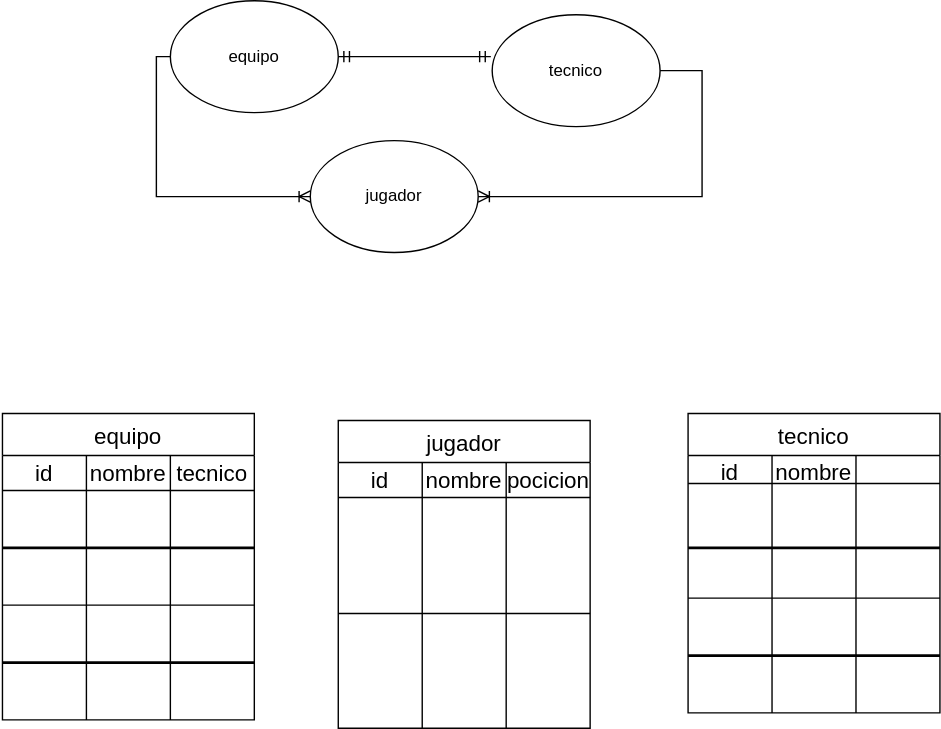
luistorresco/baseDatos1 keeps this draw.io diagram as Diagrama sin título.drawio.svg. Above is the earlier version. Source tidied: cells renumbered, new cells last; positions are measured from the earlier drawing's top-left corner, leaving out a move shared by most shapes.
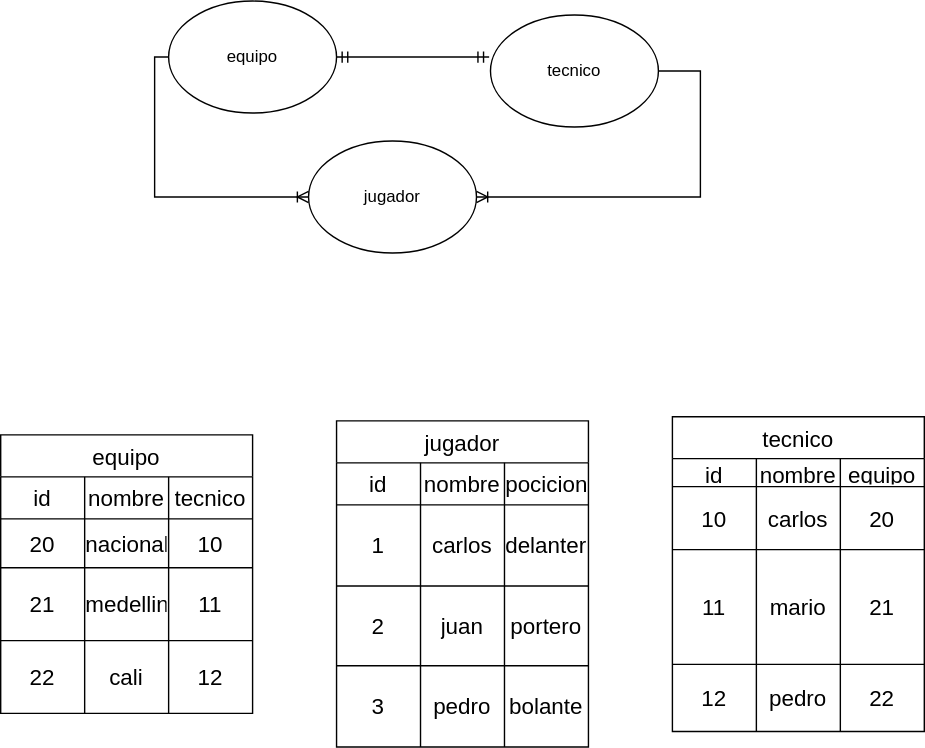
Later version of the same file.

Change to the diagram source:
```diff
@@ -23,85 +23,109 @@
       <mxGeometry relative="1" as="geometry" />
     </mxCell>
     <mxCell id="8" value="equipo" style="shape=table;startSize=30;strokeColor=default;fontSize=16;" parent="1" vertex="1">
-      <mxGeometry y="295" width="180" height="219" as="geometry" />
+      <mxGeometry y="310" width="180" height="199" as="geometry" />
     </mxCell>
     <mxCell id="9" style="shape=tableRow;horizontal=0;startSize=0;swimlaneHead=0;swimlaneBody=0;strokeColor=inherit;top=0;left=0;bottom=0;right=0;fillColor=none;fontSize=16;" parent="8" vertex="1">
-      <mxGeometry y="30" width="180" height="25" as="geometry" />
+      <mxGeometry y="30" width="180" height="30" as="geometry" />
     </mxCell>
     <mxCell id="10" value="id" style="shape=partialRectangle;html=1;whiteSpace=wrap;strokeColor=inherit;overflow=hidden;fillColor=none;top=0;left=0;bottom=0;right=0;fontSize=16;" parent="9" vertex="1">
-      <mxGeometry width="60" height="25" as="geometry" />
+      <mxGeometry width="60" height="30" as="geometry" />
     </mxCell>
     <mxCell id="11" value="nombre" style="shape=partialRectangle;html=1;whiteSpace=wrap;strokeColor=inherit;overflow=hidden;fillColor=none;top=0;left=0;bottom=0;right=0;fontSize=16;" parent="9" vertex="1">
-      <mxGeometry x="60" width="60" height="25" as="geometry" />
+      <mxGeometry x="60" width="60" height="30" as="geometry" />
     </mxCell>
     <mxCell id="12" value="tecnico" style="shape=partialRectangle;html=1;whiteSpace=wrap;strokeColor=inherit;overflow=hidden;fillColor=none;top=0;left=0;bottom=0;right=0;fontSize=16;" parent="9" vertex="1">
-      <mxGeometry x="120" width="60" height="25" as="geometry" />
+      <mxGeometry x="120" width="60" height="30" as="geometry" />
     </mxCell>
     <mxCell id="13" style="shape=tableRow;horizontal=0;startSize=0;swimlaneHead=0;swimlaneBody=0;strokeColor=inherit;top=0;left=0;bottom=0;right=0;fillColor=none;fontSize=16;" parent="8" vertex="1">
-      <mxGeometry y="55" width="180" height="82" as="geometry" />
+      <mxGeometry y="60" width="180" height="35" as="geometry" />
     </mxCell>
-    <mxCell id="14" style="shape=partialRectangle;html=1;whiteSpace=wrap;strokeColor=inherit;overflow=hidden;fillColor=none;top=0;left=0;bottom=0;right=0;fontSize=16;" parent="13" vertex="1">
-      <mxGeometry width="60" height="82" as="geometry" />
+    <mxCell id="14" value="20" style="shape=partialRectangle;html=1;whiteSpace=wrap;strokeColor=inherit;overflow=hidden;fillColor=none;top=0;left=0;bottom=0;right=0;fontSize=16;" parent="13" vertex="1">
+      <mxGeometry width="60" height="35" as="geometry" />
     </mxCell>
-    <mxCell id="15" style="shape=partialRectangle;html=1;whiteSpace=wrap;strokeColor=inherit;overflow=hidden;fillColor=none;top=0;left=0;bottom=0;right=0;fontSize=16;" parent="13" vertex="1">
-      <mxGeometry x="60" width="60" height="82" as="geometry" />
+    <mxCell id="15" value="nacional" style="shape=partialRectangle;html=1;whiteSpace=wrap;strokeColor=inherit;overflow=hidden;fillColor=none;top=0;left=0;bottom=0;right=0;fontSize=16;" parent="13" vertex="1">
+      <mxGeometry x="60" width="60" height="35" as="geometry" />
     </mxCell>
-    <mxCell id="16" style="shape=partialRectangle;html=1;whiteSpace=wrap;strokeColor=inherit;overflow=hidden;fillColor=none;top=0;left=0;bottom=0;right=0;fontSize=16;" parent="13" vertex="1">
-      <mxGeometry x="120" width="60" height="82" as="geometry" />
+    <mxCell id="16" value="10" style="shape=partialRectangle;html=1;whiteSpace=wrap;strokeColor=inherit;overflow=hidden;fillColor=none;top=0;left=0;bottom=0;right=0;fontSize=16;" parent="13" vertex="1">
+      <mxGeometry x="120" width="60" height="35" as="geometry" />
     </mxCell>
     <mxCell id="17" style="shape=tableRow;horizontal=0;startSize=0;swimlaneHead=0;swimlaneBody=0;strokeColor=inherit;top=0;left=0;bottom=0;right=0;fillColor=none;fontSize=16;" parent="8" vertex="1">
-      <mxGeometry y="137" width="180" height="82" as="geometry" />
+      <mxGeometry y="95" width="180" height="52" as="geometry" />
     </mxCell>
-    <mxCell id="18" style="shape=partialRectangle;html=1;whiteSpace=wrap;strokeColor=inherit;overflow=hidden;fillColor=none;top=0;left=0;bottom=0;right=0;fontSize=16;" parent="17" vertex="1">
-      <mxGeometry width="60" height="82" as="geometry" />
+    <mxCell id="18" value="21" style="shape=partialRectangle;html=1;whiteSpace=wrap;strokeColor=inherit;overflow=hidden;fillColor=none;top=0;left=0;bottom=0;right=0;fontSize=16;" parent="17" vertex="1">
+      <mxGeometry width="60" height="52" as="geometry" />
     </mxCell>
-    <mxCell id="19" style="shape=partialRectangle;html=1;whiteSpace=wrap;strokeColor=inherit;overflow=hidden;fillColor=none;top=0;left=0;bottom=0;right=0;fontSize=16;" parent="17" vertex="1">
-      <mxGeometry x="60" width="60" height="82" as="geometry" />
+    <mxCell id="19" value="medellin" style="shape=partialRectangle;html=1;whiteSpace=wrap;strokeColor=inherit;overflow=hidden;fillColor=none;top=0;left=0;bottom=0;right=0;fontSize=16;" parent="17" vertex="1">
+      <mxGeometry x="60" width="60" height="52" as="geometry" />
     </mxCell>
-    <mxCell id="20" style="shape=partialRectangle;html=1;whiteSpace=wrap;strokeColor=inherit;overflow=hidden;fillColor=none;top=0;left=0;bottom=0;right=0;fontSize=16;" parent="17" vertex="1">
-      <mxGeometry x="120" width="60" height="82" as="geometry" />
+    <mxCell id="20" value="11" style="shape=partialRectangle;html=1;whiteSpace=wrap;strokeColor=inherit;overflow=hidden;fillColor=none;top=0;left=0;bottom=0;right=0;fontSize=16;" parent="17" vertex="1">
+      <mxGeometry x="120" width="60" height="52" as="geometry" />
     </mxCell>
+    <mxCell id="51" style="shape=tableRow;horizontal=0;startSize=0;swimlaneHead=0;swimlaneBody=0;strokeColor=inherit;top=0;left=0;bottom=0;right=0;fillColor=none;fontSize=16;" parent="8" vertex="1">
+      <mxGeometry y="147" width="180" height="52" as="geometry" />
+    </mxCell>
+    <mxCell id="52" value="22" style="shape=partialRectangle;html=1;whiteSpace=wrap;strokeColor=inherit;overflow=hidden;fillColor=none;top=0;left=0;bottom=0;right=0;fontSize=16;" parent="51" vertex="1">
+      <mxGeometry width="60" height="52" as="geometry" />
+    </mxCell>
+    <mxCell id="53" value="cali" style="shape=partialRectangle;html=1;whiteSpace=wrap;strokeColor=inherit;overflow=hidden;fillColor=none;top=0;left=0;bottom=0;right=0;fontSize=16;" parent="51" vertex="1">
+      <mxGeometry x="60" width="60" height="52" as="geometry" />
+    </mxCell>
+    <mxCell id="54" value="12" style="shape=partialRectangle;html=1;whiteSpace=wrap;strokeColor=inherit;overflow=hidden;fillColor=none;top=0;left=0;bottom=0;right=0;fontSize=16;" parent="51" vertex="1">
+      <mxGeometry x="120" width="60" height="52" as="geometry" />
+    </mxCell>
     <mxCell id="21" value="jugador" style="shape=table;startSize=30;strokeColor=default;fontSize=16;" parent="1" vertex="1">
-      <mxGeometry x="240" y="300" width="180" height="220" as="geometry" />
+      <mxGeometry x="240" y="300" width="180" height="233" as="geometry" />
     </mxCell>
     <mxCell id="22" style="shape=tableRow;horizontal=0;startSize=0;swimlaneHead=0;swimlaneBody=0;strokeColor=inherit;top=0;left=0;bottom=0;right=0;fillColor=none;fontSize=16;" parent="21" vertex="1">
-      <mxGeometry y="30" width="180" height="25" as="geometry" />
+      <mxGeometry y="30" width="180" height="30" as="geometry" />
     </mxCell>
     <mxCell id="23" value="id" style="shape=partialRectangle;html=1;whiteSpace=wrap;strokeColor=inherit;overflow=hidden;fillColor=none;top=0;left=0;bottom=0;right=0;fontSize=16;" parent="22" vertex="1">
-      <mxGeometry width="60" height="25" as="geometry" />
+      <mxGeometry width="60" height="30" as="geometry" />
     </mxCell>
     <mxCell id="24" value="nombre" style="shape=partialRectangle;html=1;whiteSpace=wrap;strokeColor=inherit;overflow=hidden;fillColor=none;top=0;left=0;bottom=0;right=0;fontSize=16;" parent="22" vertex="1">
-      <mxGeometry x="60" width="60" height="25" as="geometry" />
+      <mxGeometry x="60" width="60" height="30" as="geometry" />
     </mxCell>
     <mxCell id="25" value="pocicion" style="shape=partialRectangle;html=1;whiteSpace=wrap;strokeColor=inherit;overflow=hidden;fillColor=none;top=0;left=0;bottom=0;right=0;fontSize=16;" parent="22" vertex="1">
-      <mxGeometry x="120" width="60" height="25" as="geometry" />
+      <mxGeometry x="120" width="60" height="30" as="geometry" />
     </mxCell>
     <mxCell id="26" style="shape=tableRow;horizontal=0;startSize=0;swimlaneHead=0;swimlaneBody=0;strokeColor=inherit;top=0;left=0;bottom=0;right=0;fillColor=none;fontSize=16;" parent="21" vertex="1">
-      <mxGeometry y="55" width="180" height="83" as="geometry" />
+      <mxGeometry y="60" width="180" height="58" as="geometry" />
     </mxCell>
-    <mxCell id="27" style="shape=partialRectangle;html=1;whiteSpace=wrap;strokeColor=inherit;overflow=hidden;fillColor=none;top=0;left=0;bottom=0;right=0;fontSize=16;" parent="26" vertex="1">
-      <mxGeometry width="60" height="83" as="geometry" />
+    <mxCell id="27" value="1" style="shape=partialRectangle;html=1;whiteSpace=wrap;strokeColor=inherit;overflow=hidden;fillColor=none;top=0;left=0;bottom=0;right=0;fontSize=16;" parent="26" vertex="1">
+      <mxGeometry width="60" height="58" as="geometry" />
     </mxCell>
-    <mxCell id="28" style="shape=partialRectangle;html=1;whiteSpace=wrap;strokeColor=inherit;overflow=hidden;fillColor=none;top=0;left=0;bottom=0;right=0;fontSize=16;" parent="26" vertex="1">
-      <mxGeometry x="60" width="60" height="83" as="geometry" />
+    <mxCell id="28" value="carlos" style="shape=partialRectangle;html=1;whiteSpace=wrap;strokeColor=inherit;overflow=hidden;fillColor=none;top=0;left=0;bottom=0;right=0;fontSize=16;" parent="26" vertex="1">
+      <mxGeometry x="60" width="60" height="58" as="geometry" />
     </mxCell>
-    <mxCell id="29" style="shape=partialRectangle;html=1;whiteSpace=wrap;strokeColor=inherit;overflow=hidden;fillColor=none;top=0;left=0;bottom=0;right=0;fontSize=16;" parent="26" vertex="1">
-      <mxGeometry x="120" width="60" height="83" as="geometry" />
+    <mxCell id="29" value="delantero" style="shape=partialRectangle;html=1;whiteSpace=wrap;strokeColor=inherit;overflow=hidden;fillColor=none;top=0;left=0;bottom=0;right=0;fontSize=16;" parent="26" vertex="1">
+      <mxGeometry x="120" width="60" height="58" as="geometry" />
     </mxCell>
     <mxCell id="30" style="shape=tableRow;horizontal=0;startSize=0;swimlaneHead=0;swimlaneBody=0;strokeColor=inherit;top=0;left=0;bottom=0;right=0;fillColor=none;fontSize=16;" parent="21" vertex="1">
-      <mxGeometry y="138" width="180" height="82" as="geometry" />
+      <mxGeometry y="118" width="180" height="57" as="geometry" />
     </mxCell>
-    <mxCell id="31" style="shape=partialRectangle;html=1;whiteSpace=wrap;strokeColor=inherit;overflow=hidden;fillColor=none;top=0;left=0;bottom=0;right=0;fontSize=16;" parent="30" vertex="1">
-      <mxGeometry width="60" height="82" as="geometry" />
+    <mxCell id="31" value="2" style="shape=partialRectangle;html=1;whiteSpace=wrap;strokeColor=inherit;overflow=hidden;fillColor=none;top=0;left=0;bottom=0;right=0;fontSize=16;" parent="30" vertex="1">
+      <mxGeometry width="60" height="57" as="geometry" />
     </mxCell>
-    <mxCell id="32" style="shape=partialRectangle;html=1;whiteSpace=wrap;strokeColor=inherit;overflow=hidden;fillColor=none;top=0;left=0;bottom=0;right=0;fontSize=16;" parent="30" vertex="1">
-      <mxGeometry x="60" width="60" height="82" as="geometry" />
+    <mxCell id="32" value="juan" style="shape=partialRectangle;html=1;whiteSpace=wrap;strokeColor=inherit;overflow=hidden;fillColor=none;top=0;left=0;bottom=0;right=0;fontSize=16;" parent="30" vertex="1">
+      <mxGeometry x="60" width="60" height="57" as="geometry" />
     </mxCell>
-    <mxCell id="33" style="shape=partialRectangle;html=1;whiteSpace=wrap;strokeColor=inherit;overflow=hidden;fillColor=none;top=0;left=0;bottom=0;right=0;fontSize=16;" parent="30" vertex="1">
-      <mxGeometry x="120" width="60" height="82" as="geometry" />
+    <mxCell id="33" value="portero" style="shape=partialRectangle;html=1;whiteSpace=wrap;strokeColor=inherit;overflow=hidden;fillColor=none;top=0;left=0;bottom=0;right=0;fontSize=16;" parent="30" vertex="1">
+      <mxGeometry x="120" width="60" height="57" as="geometry" />
     </mxCell>
+    <mxCell id="55" style="shape=tableRow;horizontal=0;startSize=0;swimlaneHead=0;swimlaneBody=0;strokeColor=inherit;top=0;left=0;bottom=0;right=0;fillColor=none;fontSize=16;" parent="21" vertex="1">
+      <mxGeometry y="175" width="180" height="58" as="geometry" />
+    </mxCell>
+    <mxCell id="56" value="3" style="shape=partialRectangle;html=1;whiteSpace=wrap;strokeColor=inherit;overflow=hidden;fillColor=none;top=0;left=0;bottom=0;right=0;fontSize=16;" parent="55" vertex="1">
+      <mxGeometry width="60" height="58" as="geometry" />
+    </mxCell>
+    <mxCell id="57" value="pedro" style="shape=partialRectangle;html=1;whiteSpace=wrap;strokeColor=inherit;overflow=hidden;fillColor=none;top=0;left=0;bottom=0;right=0;fontSize=16;" parent="55" vertex="1">
+      <mxGeometry x="60" width="60" height="58" as="geometry" />
+    </mxCell>
+    <mxCell id="58" value="bolante" style="shape=partialRectangle;html=1;whiteSpace=wrap;strokeColor=inherit;overflow=hidden;fillColor=none;top=0;left=0;bottom=0;right=0;fontSize=16;" parent="55" vertex="1">
+      <mxGeometry x="120" width="60" height="58" as="geometry" />
+    </mxCell>
     <mxCell id="34" value="tecnico" style="shape=table;startSize=30;strokeColor=default;fontSize=16;" parent="1" vertex="1">
-      <mxGeometry x="490" y="295" width="180" height="214" as="geometry" />
+      <mxGeometry x="480" y="297" width="180" height="225" as="geometry" />
     </mxCell>
     <mxCell id="35" style="shape=tableRow;horizontal=0;startSize=0;swimlaneHead=0;swimlaneBody=0;strokeColor=inherit;top=0;left=0;bottom=0;right=0;fillColor=none;fontSize=16;" parent="34" vertex="1">
       <mxGeometry y="30" width="180" height="20" as="geometry" />
@@ -112,44 +136,44 @@
     <mxCell id="37" value="nombre" style="shape=partialRectangle;html=1;whiteSpace=wrap;strokeColor=inherit;overflow=hidden;fillColor=none;top=0;left=0;bottom=0;right=0;fontSize=16;" parent="35" vertex="1">
       <mxGeometry x="60" width="60" height="20" as="geometry" />
     </mxCell>
-    <mxCell id="38" style="shape=partialRectangle;html=1;whiteSpace=wrap;strokeColor=inherit;overflow=hidden;fillColor=none;top=0;left=0;bottom=0;right=0;fontSize=16;" parent="35" vertex="1">
+    <mxCell id="38" value="equipo" style="shape=partialRectangle;html=1;whiteSpace=wrap;strokeColor=inherit;overflow=hidden;fillColor=none;top=0;left=0;bottom=0;right=0;fontSize=16;" parent="35" vertex="1">
       <mxGeometry x="120" width="60" height="20" as="geometry" />
     </mxCell>
     <mxCell id="39" style="shape=tableRow;horizontal=0;startSize=0;swimlaneHead=0;swimlaneBody=0;strokeColor=inherit;top=0;left=0;bottom=0;right=0;fillColor=none;fontSize=16;" parent="34" vertex="1">
-      <mxGeometry y="50" width="180" height="82" as="geometry" />
+      <mxGeometry y="50" width="180" height="45" as="geometry" />
     </mxCell>
-    <mxCell id="40" style="shape=partialRectangle;html=1;whiteSpace=wrap;strokeColor=inherit;overflow=hidden;fillColor=none;top=0;left=0;bottom=0;right=0;fontSize=16;" parent="39" vertex="1">
-      <mxGeometry width="60" height="82" as="geometry" />
+    <mxCell id="40" value="10" style="shape=partialRectangle;html=1;whiteSpace=wrap;strokeColor=inherit;overflow=hidden;fillColor=none;top=0;left=0;bottom=0;right=0;fontSize=16;" parent="39" vertex="1">
+      <mxGeometry width="60" height="45" as="geometry" />
     </mxCell>
-    <mxCell id="41" style="shape=partialRectangle;html=1;whiteSpace=wrap;strokeColor=inherit;overflow=hidden;fillColor=none;top=0;left=0;bottom=0;right=0;fontSize=16;" parent="39" vertex="1">
-      <mxGeometry x="60" width="60" height="82" as="geometry" />
+    <mxCell id="41" value="carlos" style="shape=partialRectangle;html=1;whiteSpace=wrap;strokeColor=inherit;overflow=hidden;fillColor=none;top=0;left=0;bottom=0;right=0;fontSize=16;" parent="39" vertex="1">
+      <mxGeometry x="60" width="60" height="45" as="geometry" />
     </mxCell>
-    <mxCell id="42" style="shape=partialRectangle;html=1;whiteSpace=wrap;strokeColor=inherit;overflow=hidden;fillColor=none;top=0;left=0;bottom=0;right=0;fontSize=16;" parent="39" vertex="1">
-      <mxGeometry x="120" width="60" height="82" as="geometry" />
+    <mxCell id="42" value="20" style="shape=partialRectangle;html=1;whiteSpace=wrap;strokeColor=inherit;overflow=hidden;fillColor=none;top=0;left=0;bottom=0;right=0;fontSize=16;" parent="39" vertex="1">
+      <mxGeometry x="120" width="60" height="45" as="geometry" />
     </mxCell>
     <mxCell id="43" style="shape=tableRow;horizontal=0;startSize=0;swimlaneHead=0;swimlaneBody=0;strokeColor=inherit;top=0;left=0;bottom=0;right=0;fillColor=none;fontSize=16;" parent="34" vertex="1">
-      <mxGeometry y="132" width="180" height="82" as="geometry" />
+      <mxGeometry y="95" width="180" height="82" as="geometry" />
     </mxCell>
-    <mxCell id="44" style="shape=partialRectangle;html=1;whiteSpace=wrap;strokeColor=inherit;overflow=hidden;fillColor=none;top=0;left=0;bottom=0;right=0;fontSize=16;" parent="43" vertex="1">
+    <mxCell id="44" value="11" style="shape=partialRectangle;html=1;whiteSpace=wrap;strokeColor=inherit;overflow=hidden;fillColor=none;top=0;left=0;bottom=0;right=0;fontSize=16;" parent="43" vertex="1">
       <mxGeometry width="60" height="82" as="geometry" />
     </mxCell>
-    <mxCell id="45" style="shape=partialRectangle;html=1;whiteSpace=wrap;strokeColor=inherit;overflow=hidden;fillColor=none;top=0;left=0;bottom=0;right=0;fontSize=16;" parent="43" vertex="1">
+    <mxCell id="45" value="mario" style="shape=partialRectangle;html=1;whiteSpace=wrap;strokeColor=inherit;overflow=hidden;fillColor=none;top=0;left=0;bottom=0;right=0;fontSize=16;" parent="43" vertex="1">
       <mxGeometry x="60" width="60" height="82" as="geometry" />
     </mxCell>
-    <mxCell id="46" style="shape=partialRectangle;html=1;whiteSpace=wrap;strokeColor=inherit;overflow=hidden;fillColor=none;top=0;left=0;bottom=0;right=0;fontSize=16;" parent="43" vertex="1">
+    <mxCell id="46" value="21" style="shape=partialRectangle;html=1;whiteSpace=wrap;strokeColor=inherit;overflow=hidden;fillColor=none;top=0;left=0;bottom=0;right=0;fontSize=16;" parent="43" vertex="1">
       <mxGeometry x="120" width="60" height="82" as="geometry" />
     </mxCell>
-    <mxCell id="47" style="line;strokeWidth=2;html=1;" parent="1" vertex="1">
-      <mxGeometry y="386" width="180" height="10" as="geometry" />
-    </mxCell>
-    <mxCell id="48" style="line;strokeWidth=2;html=1;" parent="1" vertex="1">
-      <mxGeometry y="468" width="180" height="10" as="geometry" />
-    </mxCell>
-    <mxCell id="49" style="line;strokeWidth=2;html=1;" parent="1" vertex="1">
-      <mxGeometry x="490" y="386" width="180" height="10" as="geometry" />
-    </mxCell>
-    <mxCell id="50" style="line;strokeWidth=2;html=1;" parent="1" vertex="1">
-      <mxGeometry x="490" y="463" width="180" height="10" as="geometry" />
-    </mxCell>
+    <mxCell id="59" style="shape=tableRow;horizontal=0;startSize=0;swimlaneHead=0;swimlaneBody=0;strokeColor=inherit;top=0;left=0;bottom=0;right=0;fillColor=none;fontSize=16;" parent="34" vertex="1">
+      <mxGeometry y="177" width="180" height="48" as="geometry" />
+    </mxCell>
+    <mxCell id="60" value="12" style="shape=partialRectangle;html=1;whiteSpace=wrap;strokeColor=inherit;overflow=hidden;fillColor=none;top=0;left=0;bottom=0;right=0;fontSize=16;" parent="59" vertex="1">
+      <mxGeometry width="60" height="48" as="geometry" />
+    </mxCell>
+    <mxCell id="61" value="pedro" style="shape=partialRectangle;html=1;whiteSpace=wrap;strokeColor=inherit;overflow=hidden;fillColor=none;top=0;left=0;bottom=0;right=0;fontSize=16;" parent="59" vertex="1">
+      <mxGeometry x="60" width="60" height="48" as="geometry" />
+    </mxCell>
+    <mxCell id="62" value="22" style="shape=partialRectangle;html=1;whiteSpace=wrap;strokeColor=inherit;overflow=hidden;fillColor=none;top=0;left=0;bottom=0;right=0;fontSize=16;" parent="59" vertex="1">
+      <mxGeometry x="120" width="60" height="48" as="geometry" />
+    </mxCell>
   </root>
 </mxGraphModel>
```
